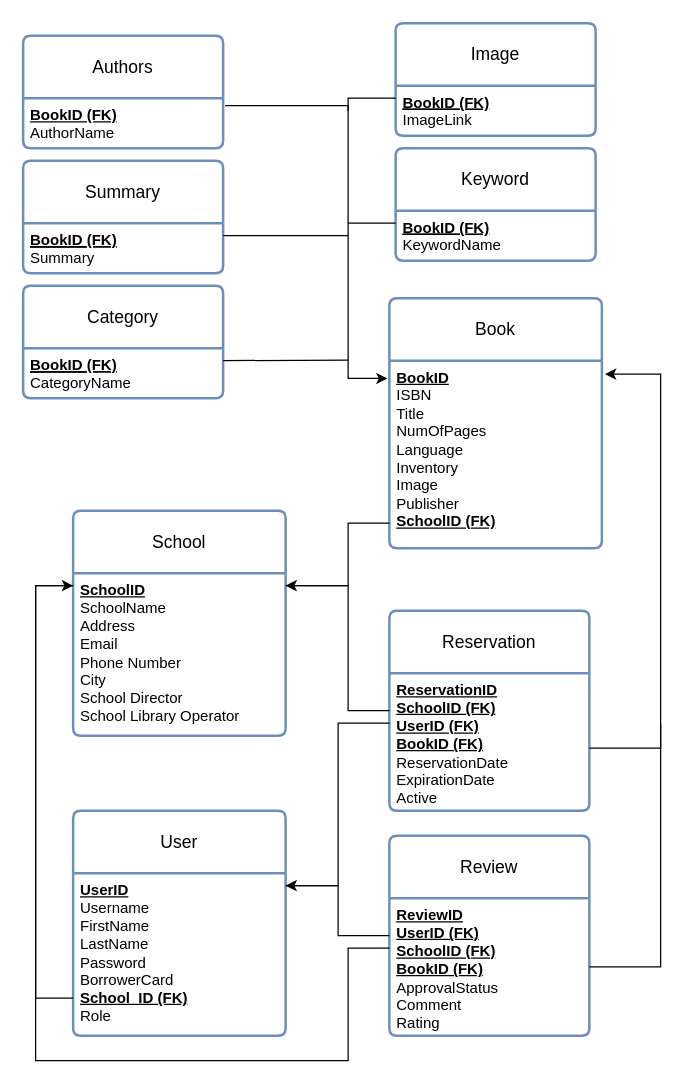
This is diagrams/Prosxedio-relational.drawio from ntua-el19877/Databases, a draw.io file, before an edit. Source tidied: cells renumbered, new cells numbered last; positions are measured from the earlier drawing's top-left corner, leaving out a move shared by most shapes. Both pictures are drawn from the tidied source at 125%, with x=0, y=0 at pixel (22, 22).
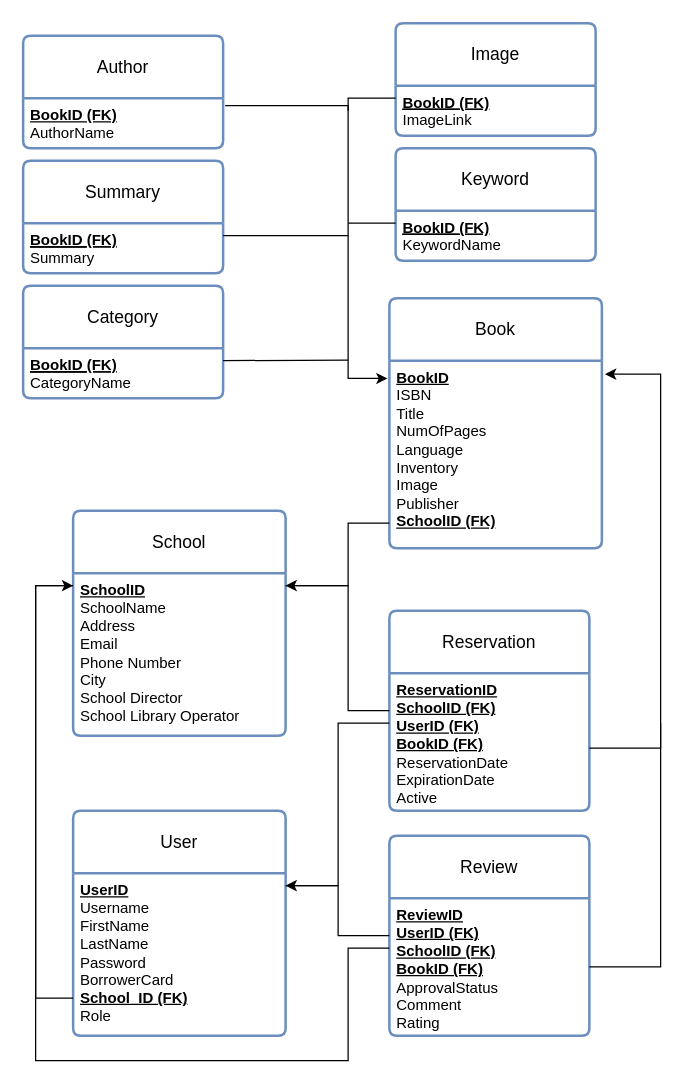
The same page after the edit.

The edit, as a diff of the source:
```diff
@@
-    <mxCell id="10" value="Authors" style="swimlane;horizontal=1;startSize=50;rounded=1;fontSize=14;fontStyle=0;strokeWidth=2;shadow=0;dashed=0;align=center;arcSize=4;whiteSpace=wrap;html=1;fillColor=default;strokeColor=#6c8ebf;" parent="1" vertex="1">
+    <mxCell id="10" value="Author" style="swimlane;horizontal=1;startSize=50;rounded=1;fontSize=14;fontStyle=0;strokeWidth=2;shadow=0;dashed=0;align=center;arcSize=4;whiteSpace=wrap;html=1;fillColor=default;strokeColor=#6c8ebf;" parent="1" vertex="1">
       <mxGeometry y="10" width="160" height="90" as="geometry" />
     </mxCell>
```
